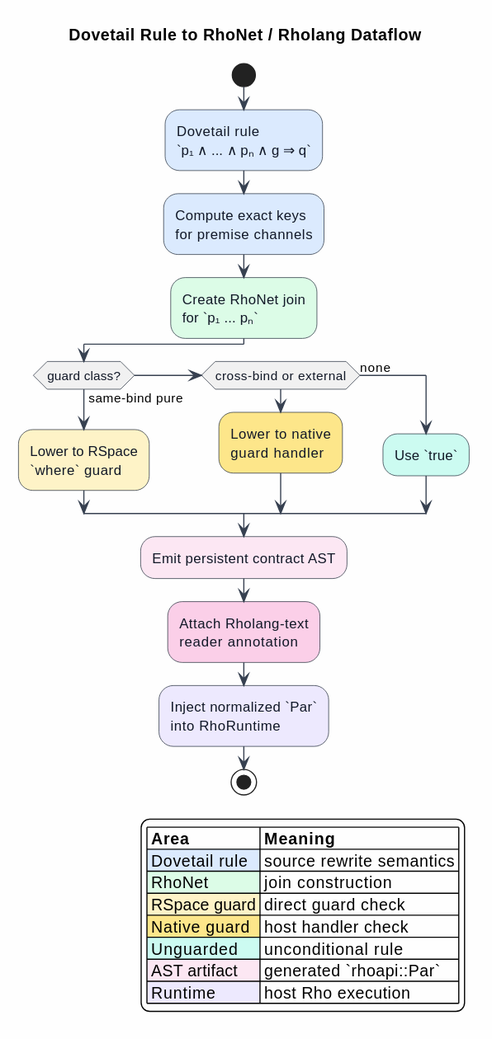
The PlantUML diagram docs/architecture/rho-native-integration/figures/04-rho-native-dataflow-lowering.svg in F1R3FLY-io/mettail-rust, before a commit.
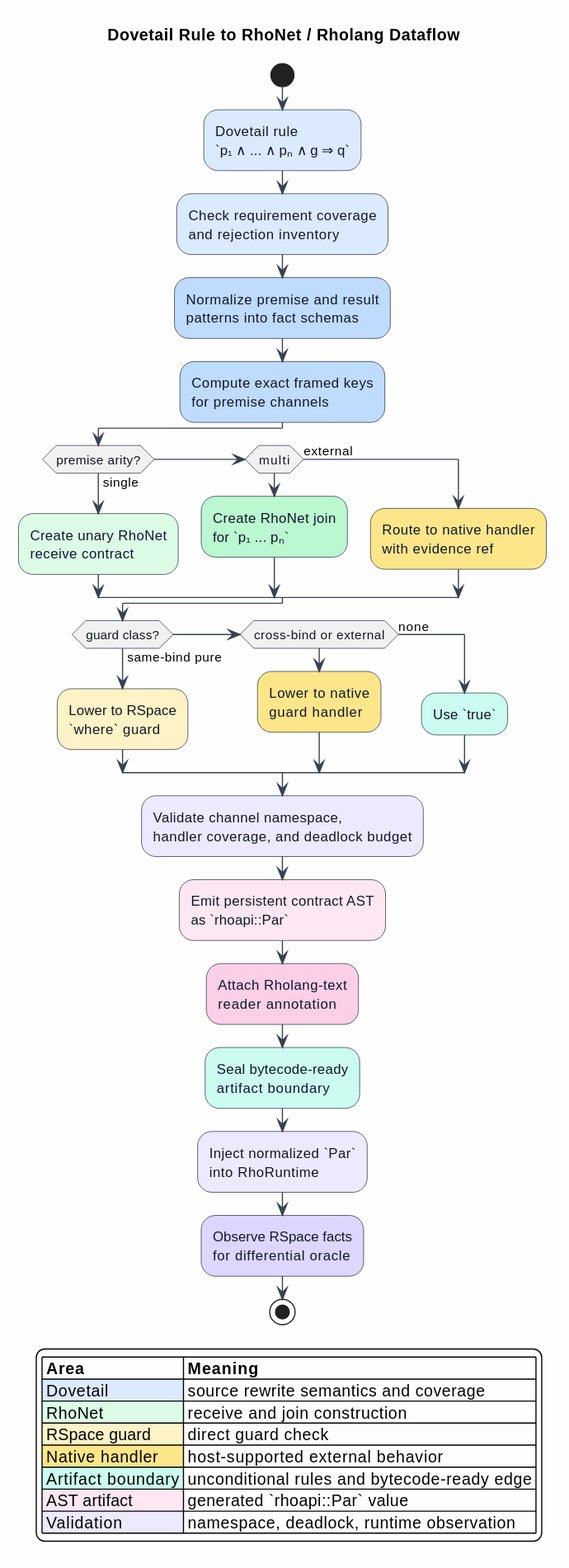
After the commit.

What changed in the source:
```diff
@@ -11,8 +11,16 @@
 
 start
 :Dovetail rule\n`p₁ ∧ ... ∧ pₙ ∧ g ⇒ q`; <<#DBEAFE>>
-:Compute exact keys\nfor premise channels; <<#DBEAFE>>
-:Create RhoNet join\nfor `p₁ ... pₙ`; <<#DCFCE7>>
+:Check requirement coverage\nand rejection inventory; <<#DBEAFE>>
+:Normalize premise and result\npatterns into fact schemas; <<#BFDBFE>>
+:Compute exact framed keys\nfor premise channels; <<#BFDBFE>>
+if (premise arity?) then (single)
+  :Create unary RhoNet\nreceive contract; <<#DCFCE7>>
+elseif (multi)
+  :Create RhoNet join\nfor `p₁ ... pₙ`; <<#BBF7D0>>
+else (external)
+  :Route to native handler\nwith evidence ref; <<#FDE68A>>
+endif
 if (guard class?) then (same-bind pure)
   :Lower to RSpace\n`where` guard; <<#FEF3C7>>
 elseif (cross-bind or external)
@@ -20,19 +28,22 @@
 else (none)
   :Use `true`; <<#CCFBF1>>
 endif
-:Emit persistent contract AST; <<#FCE7F3>>
+:Validate channel namespace,\nhandler coverage, and deadlock budget; <<#EDE9FE>>
+:Emit persistent contract AST\nas `rhoapi::Par`; <<#FCE7F3>>
 :Attach Rholang-text\nreader annotation; <<#FBCFE8>>
+:Seal bytecode-ready\nartifact boundary; <<#CCFBF1>>
 :Inject normalized `Par`\ninto RhoRuntime; <<#EDE9FE>>
+:Observe RSpace facts\nfor differential oracle; <<#DDD6FE>>
 stop
 
 legend right
 |= Area |= Meaning |
-|<#DBEAFE> Dovetail rule | source rewrite semantics |
-|<#DCFCE7> RhoNet | join construction |
+|<#DBEAFE> Dovetail | source rewrite semantics and coverage |
+|<#DCFCE7> RhoNet | receive and join construction |
 |<#FEF3C7> RSpace guard | direct guard check |
-|<#FDE68A> Native guard | host handler check |
-|<#CCFBF1> Unguarded | unconditional rule |
-|<#FCE7F3> AST artifact | generated `rhoapi::Par` |
-|<#EDE9FE> Runtime | host Rho execution |
+|<#FDE68A> Native handler | host-supported external behavior |
+|<#CCFBF1> Artifact boundary | unconditional rules and bytecode-ready edge |
+|<#FCE7F3> AST artifact | generated `rhoapi::Par` value |
+|<#EDE9FE> Validation | namespace, deadlock, runtime observation |
 endlegend
 @enduml
```
